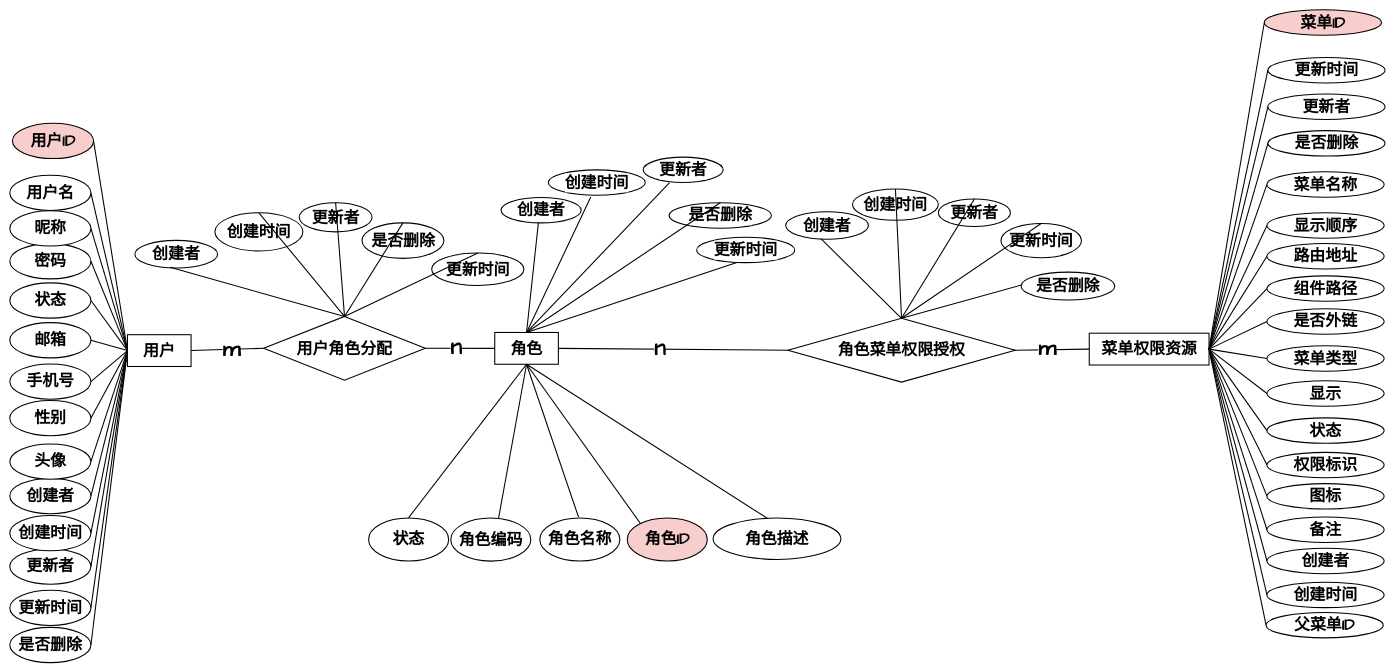
Above: graph/权限模块ER图.drawio in zhangbird050801/bird-blog (draw.io), before the change. Source tidied: cells renumbered, new cells numbered last; positions are measured from the earlier drawing's top-left corner, leaving out a move shared by most shapes. Both pictures are drawn from the tidied source at 53%, with x=0, y=0 at pixel (10, 10).
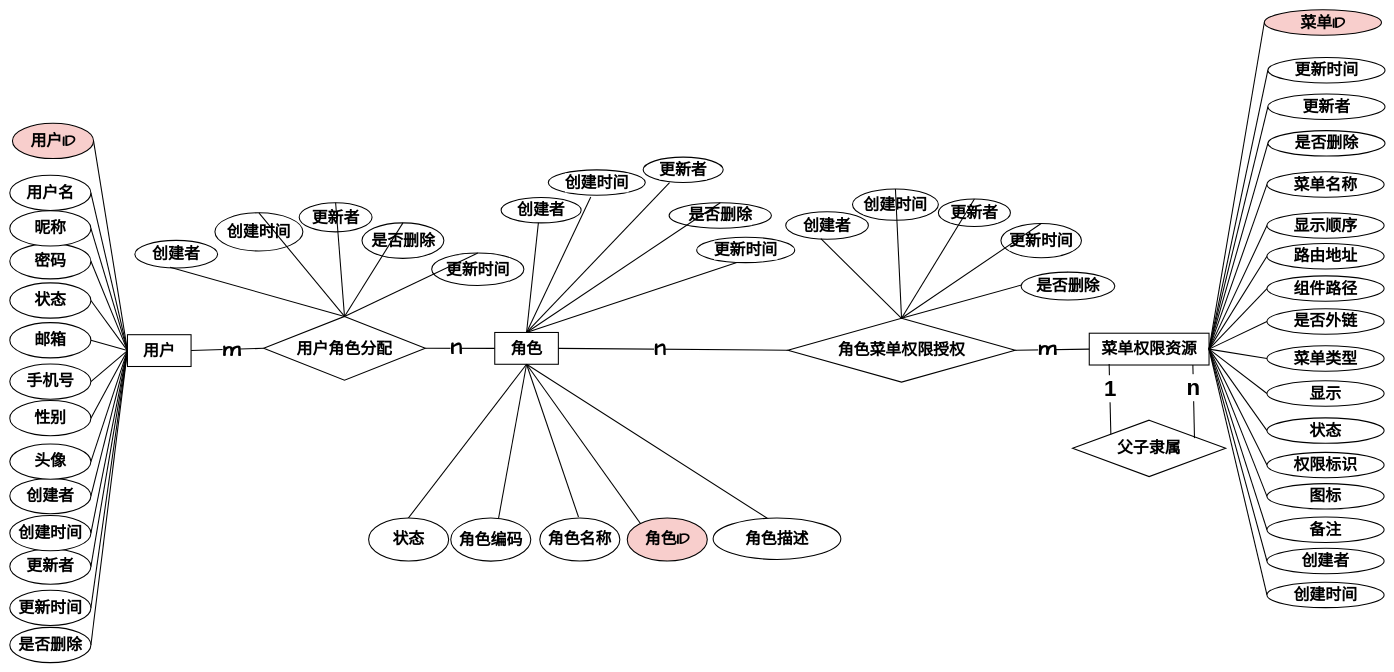
Above is the later version.

Commit message:
更新权限模块ER图.drawio

Unchanged cells that the change refers to:
```xml
<mxCell id="3" value="菜单权限资源" style="rounded=0;whiteSpace=wrap;html=1;fontSize=30;fontFamily=Comic Sans MS;fontStyle=1;strokeColor=default;strokeWidth=2;align=center;verticalAlign=middle;fontColor=default;labelBackgroundColor=default;" parent="1" vertex="1">
  <mxGeometry x="2036.7" y="610.2" width="226" height="60" as="geometry" />
</mxCell>
```

Diff of the diagram source:
```diff
@@
-    <mxCell id="71" style="rounded=0;jettySize=auto;html=1;exitX=0;exitY=0.5;exitDx=0;exitDy=0;entryX=1;entryY=0.5;entryDx=0;entryDy=0;startArrow=none;startFill=0;endArrow=none;endFill=0;fontSize=30;fontFamily=Comic Sans MS;fontStyle=1;strokeColor=default;strokeWidth=2;align=center;verticalAlign=middle;fontColor=default;labelBackgroundColor=default;" parent="1" edge="1" source="72" target="3">
-      <mxGeometry relative="1" as="geometry" />
-    </mxCell>
-    <mxCell id="72" value="父菜单ID" style="ellipse;whiteSpace=wrap;html=1;fontSize=30;fontFamily=Comic Sans MS;fontStyle=1;rounded=0;strokeColor=default;strokeWidth=2;align=center;verticalAlign=middle;fontColor=default;labelBackgroundColor=default;" parent="1" vertex="1">
-      <mxGeometry x="2370.3" y="1137" width="221" height="48" as="geometry" />
-    </mxCell>
@@
+    <mxCell id="120" value="父子隶属" style="rhombus;whiteSpace=wrap;html=1;fontSize=30;fontFamily=Comic Sans MS;fontStyle=1;rounded=0;strokeColor=default;align=center;verticalAlign=middle;fontColor=default;labelBackgroundColor=default;strokeWidth=2;" parent="1" vertex="1">
+      <mxGeometry x="2005.2" y="774.2" width="289" height="106.5" as="geometry" />
+    </mxCell>
+    <mxCell id="121" style="rounded=0;jettySize=auto;html=1;strokeColor=default;endArrow=none;endFill=0;entryX=0.123;entryY=0.972;entryDx=0;entryDy=0;exitX=0;exitY=0;exitDx=0;exitDy=0;fontSize=30;fontStyle=1;align=center;verticalAlign=middle;fontFamily=Comic Sans MS;fontColor=default;labelBackgroundColor=default;strokeWidth=2;entryPerimeter=0;" parent="1" edge="1" source="120">
+      <mxGeometry relative="1" as="geometry">
+        <mxPoint x="2074.2" y="668.2" as="targetPoint" />
+      </mxGeometry>
+    </mxCell>
+    <mxCell id="122" value="1" style="edgeLabel;html=1;align=center;verticalAlign=middle;fontSize=42;fontStyle=1;" parent="121" vertex="1">
+      <mxGeometry x="0.28" relative="1" as="geometry">
+        <mxPoint y="-1" as="offset" />
+      </mxGeometry>
+    </mxCell>
+    <mxCell id="123" style="rounded=0;jettySize=auto;html=1;strokeColor=default;endArrow=none;endFill=0;exitX=0.796;exitY=0.319;exitDx=0;exitDy=0;fontSize=30;fontStyle=1;align=center;verticalAlign=middle;fontFamily=Comic Sans MS;fontColor=default;labelBackgroundColor=default;strokeWidth=2;exitPerimeter=0;" parent="1" edge="1" source="120">
+      <mxGeometry relative="1" as="geometry">
+        <mxPoint x="2232.2" y="670.2" as="targetPoint" />
+      </mxGeometry>
+    </mxCell>
+    <mxCell id="124" value="&lt;font&gt;n&lt;/font&gt;" style="edgeLabel;html=1;align=center;verticalAlign=middle;fontSize=42;fontStyle=1;" parent="123" vertex="1">
+      <mxGeometry x="0.4" y="1" relative="1" as="geometry">
+        <mxPoint y="1" as="offset" />
+      </mxGeometry>
+    </mxCell>
```
